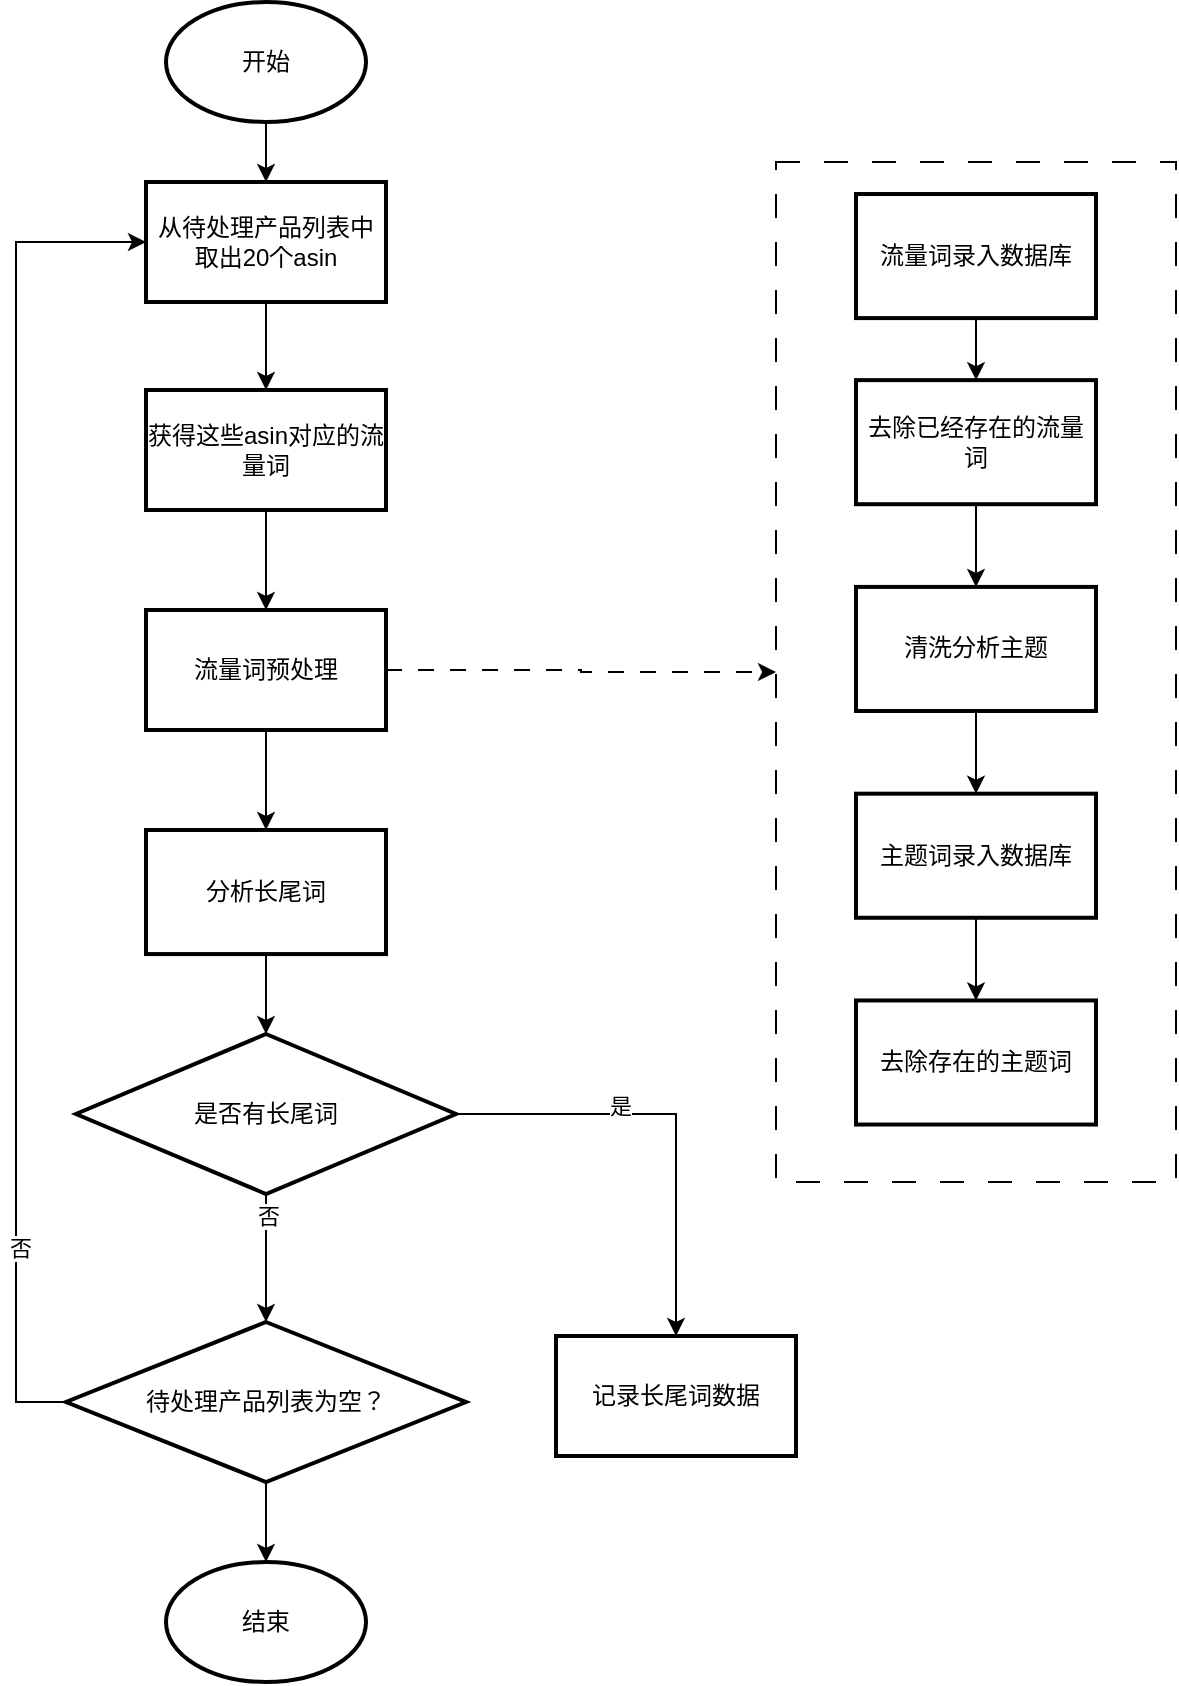
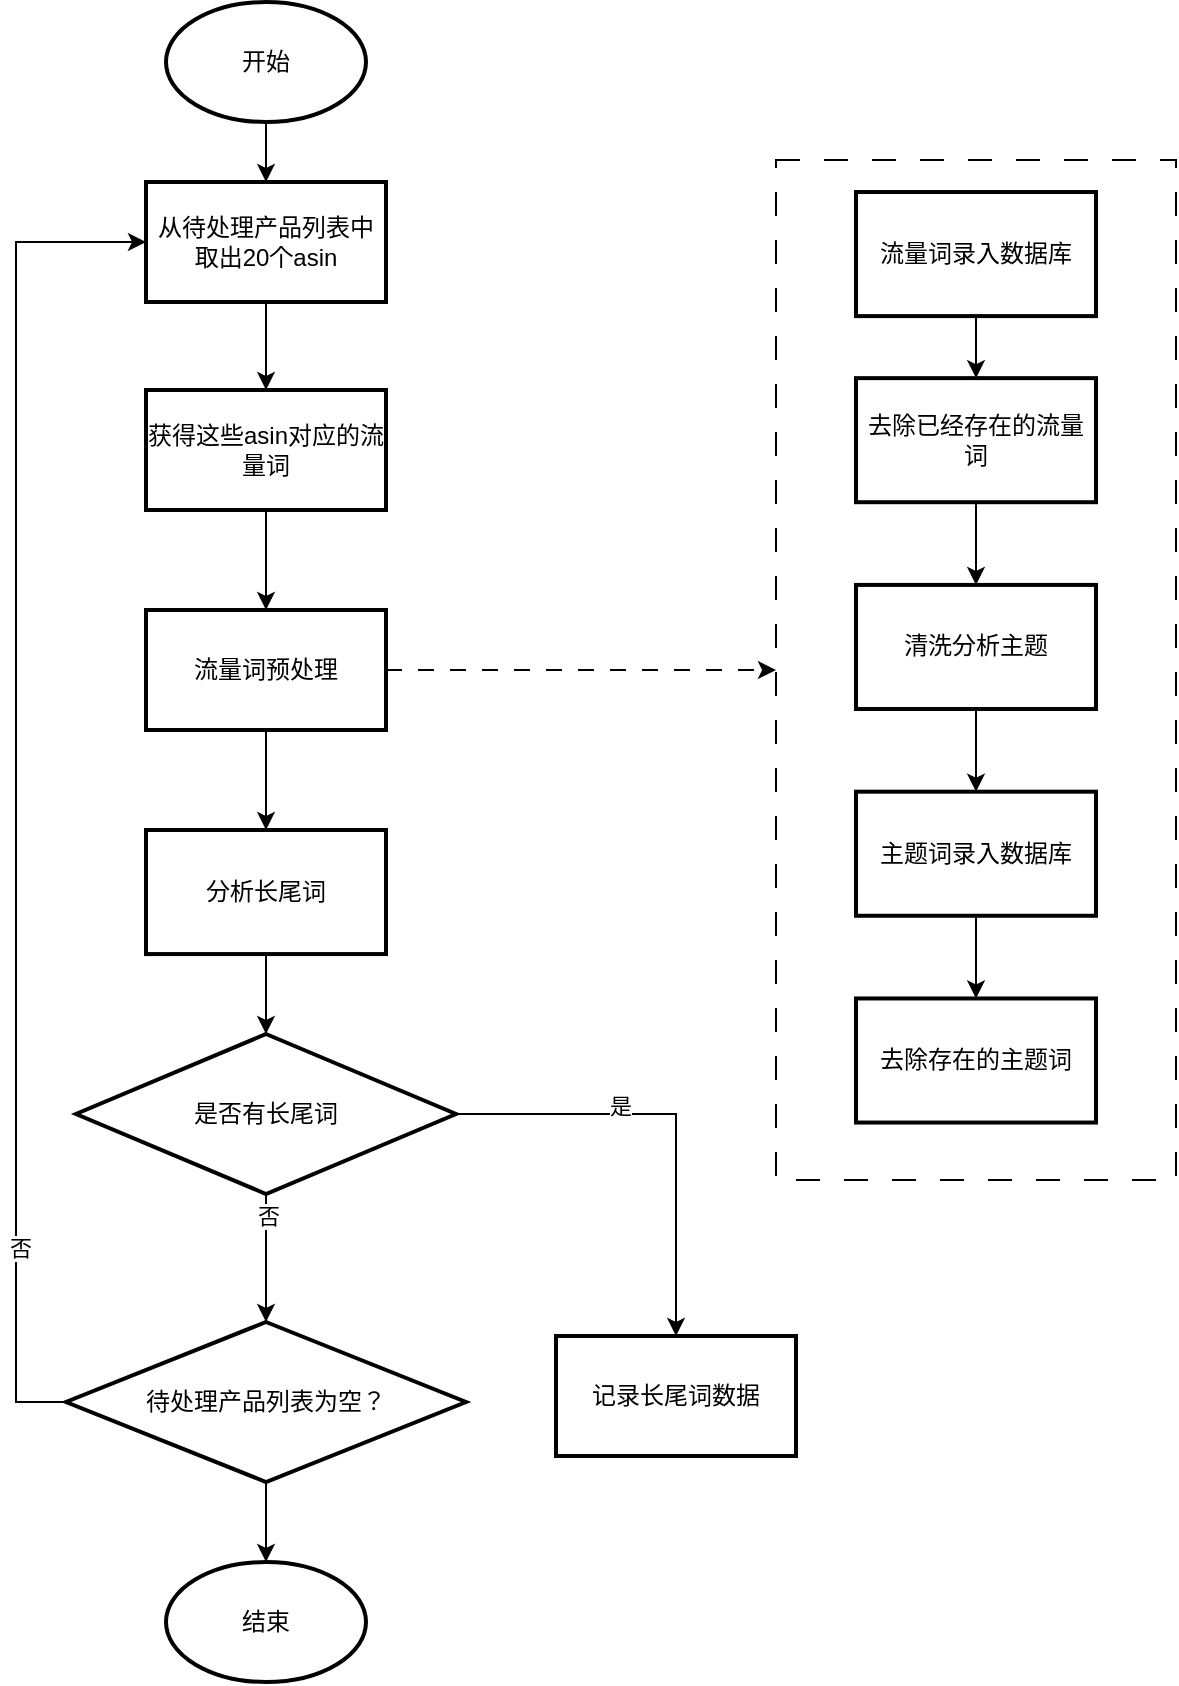
<mxfile host="app.diagrams.net">
  <diagram name="第 1 页" id="F2VFxm2_aYEzquNbXUCo">
-     <mxGraphModel dx="1406" dy="746" grid="1" gridSize="10" guides="1" tooltips="1" connect="1" arrows="1" fold="1" page="1" pageScale="1" pageWidth="1169" pageHeight="827" math="0" shadow="0">
+     <mxGraphModel dx="803" dy="426" grid="1" gridSize="10" guides="1" tooltips="1" connect="1" arrows="1" fold="1" page="1" pageScale="1" pageWidth="1169" pageHeight="827" math="0" shadow="0">
      <root>
        <mxCell id="0" />
        <mxCell id="1" parent="0" />
        <mxCell id="lCqAMHzQMWEHdQxfVzDa-1" edge="1" parent="1" source="lCqAMHzQMWEHdQxfVzDa-2" style="edgeStyle=orthogonalEdgeStyle;rounded=0;orthogonalLoop=1;jettySize=auto;html=1;" target="lCqAMHzQMWEHdQxfVzDa-4" value="">
          <mxGeometry relative="1" as="geometry" />
        </mxCell>
        <mxCell id="lCqAMHzQMWEHdQxfVzDa-2" parent="1" style="strokeWidth=2;html=1;shape=mxgraph.flowchart.start_1;whiteSpace=wrap;" value="开始" vertex="1">
          <mxGeometry height="60" width="100" x="425" y="100" as="geometry" />
        </mxCell>
        <mxCell id="lCqAMHzQMWEHdQxfVzDa-40" edge="1" parent="1" source="lCqAMHzQMWEHdQxfVzDa-4" style="edgeStyle=orthogonalEdgeStyle;rounded=0;orthogonalLoop=1;jettySize=auto;html=1;" target="lCqAMHzQMWEHdQxfVzDa-8">
          <mxGeometry relative="1" as="geometry" />
        </mxCell>
        <mxCell id="lCqAMHzQMWEHdQxfVzDa-4" parent="1" style="whiteSpace=wrap;html=1;strokeWidth=2;" value="从待处理产品列表中取出20个asin" vertex="1">
          <mxGeometry height="60" width="120" x="415" y="190" as="geometry" />
        </mxCell>
        <mxCell id="lCqAMHzQMWEHdQxfVzDa-7" edge="1" parent="1" source="lCqAMHzQMWEHdQxfVzDa-8" style="edgeStyle=orthogonalEdgeStyle;rounded=0;orthogonalLoop=1;jettySize=auto;html=1;" target="lCqAMHzQMWEHdQxfVzDa-26" value="">
          <mxGeometry relative="1" as="geometry" />
        </mxCell>
        <mxCell id="lCqAMHzQMWEHdQxfVzDa-8" parent="1" style="whiteSpace=wrap;html=1;strokeWidth=2;" value="获得这些asin对应的流量词" vertex="1">
          <mxGeometry height="60" width="120" x="415" y="294" as="geometry" />
        </mxCell>
        <mxCell id="lCqAMHzQMWEHdQxfVzDa-13" edge="1" parent="1" source="lCqAMHzQMWEHdQxfVzDa-17" style="edgeStyle=orthogonalEdgeStyle;rounded=0;orthogonalLoop=1;jettySize=auto;html=1;" target="lCqAMHzQMWEHdQxfVzDa-20" value="">
          <mxGeometry relative="1" as="geometry">
            <mxPoint x="475" y="736" as="targetPoint" />
          </mxGeometry>
        </mxCell>
        <mxCell id="lCqAMHzQMWEHdQxfVzDa-14" connectable="0" parent="lCqAMHzQMWEHdQxfVzDa-13" style="edgeLabel;html=1;align=center;verticalAlign=middle;resizable=0;points=[];" value="否" vertex="1">
          <mxGeometry relative="1" x="-0.65" y="1" as="geometry">
            <mxPoint as="offset" />
          </mxGeometry>
        </mxCell>
        <mxCell id="lCqAMHzQMWEHdQxfVzDa-42" edge="1" parent="1" source="lCqAMHzQMWEHdQxfVzDa-17" style="edgeStyle=orthogonalEdgeStyle;rounded=0;orthogonalLoop=1;jettySize=auto;html=1;" target="lCqAMHzQMWEHdQxfVzDa-41" value="">
          <mxGeometry relative="1" as="geometry" />
        </mxCell>
        <mxCell id="lCqAMHzQMWEHdQxfVzDa-43" connectable="0" parent="lCqAMHzQMWEHdQxfVzDa-42" style="edgeLabel;html=1;align=center;verticalAlign=middle;resizable=0;points=[];" value="是" vertex="1">
          <mxGeometry relative="1" x="-0.2645" y="4" as="geometry">
            <mxPoint as="offset" />
          </mxGeometry>
        </mxCell>
        <mxCell id="lCqAMHzQMWEHdQxfVzDa-17" parent="1" style="rhombus;whiteSpace=wrap;html=1;strokeWidth=2;" value="是否有长尾词" vertex="1">
          <mxGeometry height="80" width="190" x="380" y="616" as="geometry" />
        </mxCell>
        <mxCell id="lCqAMHzQMWEHdQxfVzDa-45" edge="1" parent="1" source="lCqAMHzQMWEHdQxfVzDa-20" style="edgeStyle=orthogonalEdgeStyle;rounded=0;orthogonalLoop=1;jettySize=auto;html=1;entryX=0;entryY=0.5;entryDx=0;entryDy=0;" target="lCqAMHzQMWEHdQxfVzDa-4">
          <mxGeometry relative="1" as="geometry">
            <Array as="points">
              <mxPoint x="350" y="800" />
              <mxPoint x="350" y="220" />
            </Array>
          </mxGeometry>
        </mxCell>
        <mxCell id="lCqAMHzQMWEHdQxfVzDa-46" connectable="0" parent="lCqAMHzQMWEHdQxfVzDa-45" style="edgeLabel;html=1;align=center;verticalAlign=middle;resizable=0;points=[];" value="否" vertex="1">
          <mxGeometry relative="1" x="-0.6949" y="-2" as="geometry">
            <mxPoint as="offset" />
          </mxGeometry>
        </mxCell>
        <mxCell id="lCqAMHzQMWEHdQxfVzDa-49" edge="1" parent="1" source="lCqAMHzQMWEHdQxfVzDa-20" style="edgeStyle=orthogonalEdgeStyle;rounded=0;orthogonalLoop=1;jettySize=auto;html=1;" target="lCqAMHzQMWEHdQxfVzDa-48" value="">
          <mxGeometry relative="1" as="geometry" />
        </mxCell>
        <mxCell id="lCqAMHzQMWEHdQxfVzDa-20" parent="1" style="rhombus;whiteSpace=wrap;html=1;strokeWidth=2;" value="待处理产品列表为空？" vertex="1">
          <mxGeometry height="80" width="200" x="375" y="760" as="geometry" />
        </mxCell>
        <mxCell id="lCqAMHzQMWEHdQxfVzDa-24" edge="1" parent="1" source="lCqAMHzQMWEHdQxfVzDa-26" style="edgeStyle=orthogonalEdgeStyle;rounded=0;orthogonalLoop=1;jettySize=auto;html=1;" target="lCqAMHzQMWEHdQxfVzDa-28" value="">
          <mxGeometry relative="1" as="geometry" />
        </mxCell>
        <mxCell id="lCqAMHzQMWEHdQxfVzDa-25" edge="1" parent="1" source="lCqAMHzQMWEHdQxfVzDa-26" style="edgeStyle=orthogonalEdgeStyle;rounded=0;orthogonalLoop=1;jettySize=auto;html=1;dashed=1;dashPattern=8 8;" target="lCqAMHzQMWEHdQxfVzDa-30">
          <mxGeometry relative="1" as="geometry" />
        </mxCell>
        <mxCell id="lCqAMHzQMWEHdQxfVzDa-26" parent="1" style="whiteSpace=wrap;html=1;strokeWidth=2;" value="流量词预处理" vertex="1">
          <mxGeometry height="60" width="120" x="415" y="404" as="geometry" />
        </mxCell>
        <mxCell id="lCqAMHzQMWEHdQxfVzDa-27" edge="1" parent="1" source="lCqAMHzQMWEHdQxfVzDa-28" style="edgeStyle=orthogonalEdgeStyle;rounded=0;orthogonalLoop=1;jettySize=auto;html=1;" target="lCqAMHzQMWEHdQxfVzDa-17" value="">
          <mxGeometry relative="1" as="geometry" />
        </mxCell>
        <mxCell id="lCqAMHzQMWEHdQxfVzDa-28" parent="1" style="whiteSpace=wrap;html=1;strokeWidth=2;" value="分析长尾词" vertex="1">
          <mxGeometry height="62.03389830508474" width="120" x="415" y="513.9981355932204" as="geometry" />
        </mxCell>
        <mxCell id="lCqAMHzQMWEHdQxfVzDa-29" connectable="0" parent="1" style="group" value="" vertex="1">
-           <mxGeometry height="510" width="200" x="730" y="180" as="geometry" />
+           <mxGeometry height="508" width="200" x="730" y="179" as="geometry" />
        </mxCell>
        <mxCell id="lCqAMHzQMWEHdQxfVzDa-30" parent="lCqAMHzQMWEHdQxfVzDa-29" style="whiteSpace=wrap;html=1;fillColor=none;dashed=1;dashPattern=12 12;" value="" vertex="1">
          <mxGeometry height="510" width="200" as="geometry" />
        </mxCell>
        <mxCell id="lCqAMHzQMWEHdQxfVzDa-31" edge="1" parent="lCqAMHzQMWEHdQxfVzDa-29" source="lCqAMHzQMWEHdQxfVzDa-32" style="edgeStyle=orthogonalEdgeStyle;rounded=0;orthogonalLoop=1;jettySize=auto;html=1;" target="lCqAMHzQMWEHdQxfVzDa-34" value="">
          <mxGeometry relative="1" as="geometry" />
        </mxCell>
        <mxCell id="lCqAMHzQMWEHdQxfVzDa-32" parent="lCqAMHzQMWEHdQxfVzDa-29" style="whiteSpace=wrap;html=1;strokeWidth=2;container=0;" value="流量词录入数据库" vertex="1">
          <mxGeometry height="62.03389830508474" width="120" x="40" y="16.016949152542367" as="geometry" />
        </mxCell>
        <mxCell id="lCqAMHzQMWEHdQxfVzDa-33" edge="1" parent="lCqAMHzQMWEHdQxfVzDa-29" source="lCqAMHzQMWEHdQxfVzDa-34" style="edgeStyle=orthogonalEdgeStyle;rounded=0;orthogonalLoop=1;jettySize=auto;html=1;" target="lCqAMHzQMWEHdQxfVzDa-36" value="">
          <mxGeometry relative="1" as="geometry" />
        </mxCell>
        <mxCell id="lCqAMHzQMWEHdQxfVzDa-34" parent="lCqAMHzQMWEHdQxfVzDa-29" style="whiteSpace=wrap;html=1;strokeWidth=2;container=0;" value="去除已经存在的流量词" vertex="1">
          <mxGeometry height="62.03389830508474" width="120" x="40" y="109.06779661016947" as="geometry" />
        </mxCell>
        <mxCell id="lCqAMHzQMWEHdQxfVzDa-35" edge="1" parent="lCqAMHzQMWEHdQxfVzDa-29" source="lCqAMHzQMWEHdQxfVzDa-36" style="edgeStyle=orthogonalEdgeStyle;rounded=0;orthogonalLoop=1;jettySize=auto;html=1;" target="lCqAMHzQMWEHdQxfVzDa-38" value="">
          <mxGeometry relative="1" as="geometry" />
        </mxCell>
        <mxCell id="lCqAMHzQMWEHdQxfVzDa-36" parent="lCqAMHzQMWEHdQxfVzDa-29" style="whiteSpace=wrap;html=1;strokeWidth=2;container=0;" value="清洗分析主题" vertex="1">
          <mxGeometry height="62.03389830508474" width="120" x="40" y="212.45762711864404" as="geometry" />
        </mxCell>
        <mxCell id="lCqAMHzQMWEHdQxfVzDa-37" edge="1" parent="lCqAMHzQMWEHdQxfVzDa-29" source="lCqAMHzQMWEHdQxfVzDa-38" style="edgeStyle=orthogonalEdgeStyle;rounded=0;orthogonalLoop=1;jettySize=auto;html=1;" target="lCqAMHzQMWEHdQxfVzDa-39" value="">
          <mxGeometry relative="1" as="geometry" />
        </mxCell>
        <mxCell id="lCqAMHzQMWEHdQxfVzDa-38" parent="lCqAMHzQMWEHdQxfVzDa-29" style="whiteSpace=wrap;html=1;strokeWidth=2;container=0;" value="主题词录入数据库" vertex="1">
          <mxGeometry height="62.03389830508474" width="120" x="40" y="315.8474576271186" as="geometry" />
        </mxCell>
        <mxCell id="lCqAMHzQMWEHdQxfVzDa-39" parent="lCqAMHzQMWEHdQxfVzDa-29" style="whiteSpace=wrap;html=1;strokeWidth=2;container=0;" value="去除存在的主题词" vertex="1">
          <mxGeometry height="62.03389830508474" width="120" x="40" y="419.2372881355932" as="geometry" />
        </mxCell>
        <mxCell id="lCqAMHzQMWEHdQxfVzDa-41" parent="1" style="whiteSpace=wrap;html=1;strokeWidth=2;" value="记录长尾词数据" vertex="1">
          <mxGeometry height="60" width="120" x="620" y="767" as="geometry" />
        </mxCell>
        <mxCell id="lCqAMHzQMWEHdQxfVzDa-48" parent="1" style="strokeWidth=2;html=1;shape=mxgraph.flowchart.start_1;whiteSpace=wrap;" value="结束" vertex="1">
          <mxGeometry height="60" width="100" x="425" y="880" as="geometry" />
        </mxCell>
      </root>
    </mxGraphModel>
  </diagram>
</mxfile>
